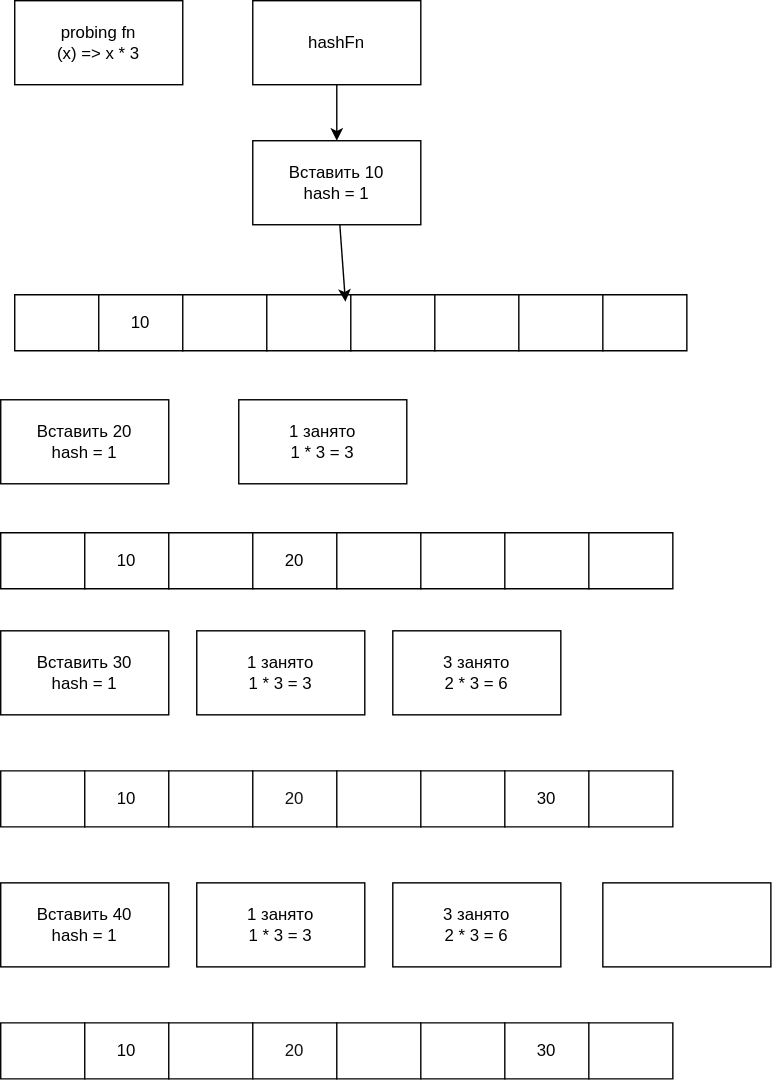
Before: База/Структуры данных/2. Быстро находить данные и проверять условия/2.3. Проверять принадлежность и уникальность/Множество (Set)/HashSet/OpenAddressing/Примеры.drawio.svg, a diagram exported from draw.io (kosukhin/catalog). Source tidied: cells renumbered, new cells last; positions are measured from the earlier drawing's top-left corner, leaving out a move shared by most shapes.
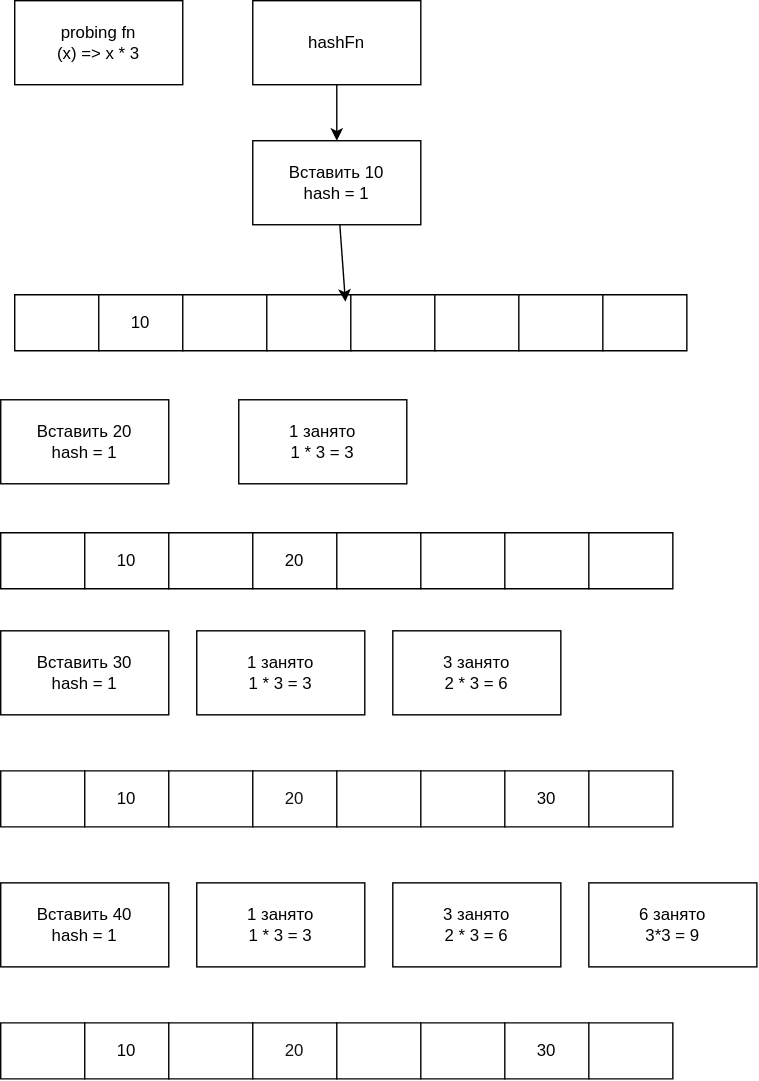
Above is the later version.

The edit, as a diff of the source:
```diff
@@ -161,8 +161,8 @@
     <mxCell id="54" value="3 занято&lt;div&gt;2 * 3 = 6&lt;/div&gt;" style="rounded=0;whiteSpace=wrap;html=1;" parent="1" vertex="1">
       <mxGeometry x="280" y="630" width="120" height="60" as="geometry" />
     </mxCell>
-    <mxCell id="55" value=" " style="rounded=0;whiteSpace=wrap;html=1;" parent="1" vertex="1">
-      <mxGeometry x="430" y="630" width="120" height="60" as="geometry" />
+    <mxCell id="55" value="6 занято&lt;div&gt;3*3 = 9&lt;/div&gt;" style="rounded=0;whiteSpace=wrap;html=1;" parent="1" vertex="1">
+      <mxGeometry x="420" y="630" width="120" height="60" as="geometry" />
     </mxCell>
   </root>
 </mxGraphModel>
```
